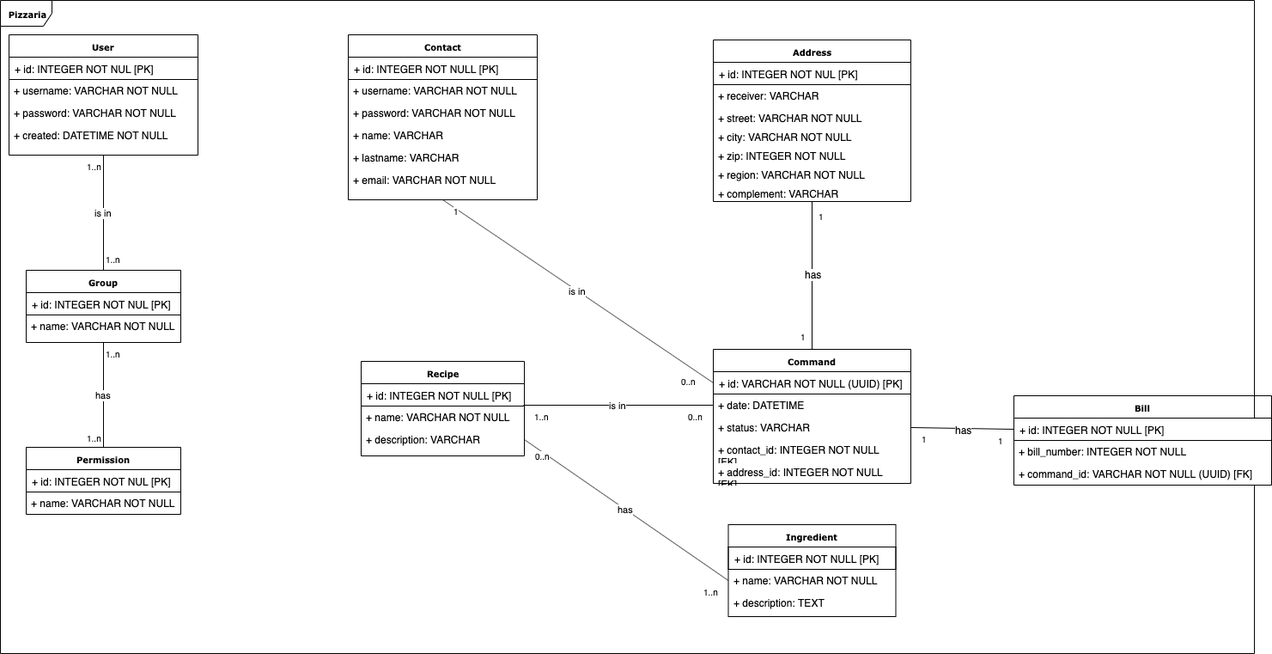
Earlier version of the draw.io export docs/class diagram/class diagram pizzeria.png (ritchy7/cosotespi). Source tidied: cells renumbered, new cells last; positions are measured from the earlier drawing's top-left corner, leaving out a move shared by most shapes.
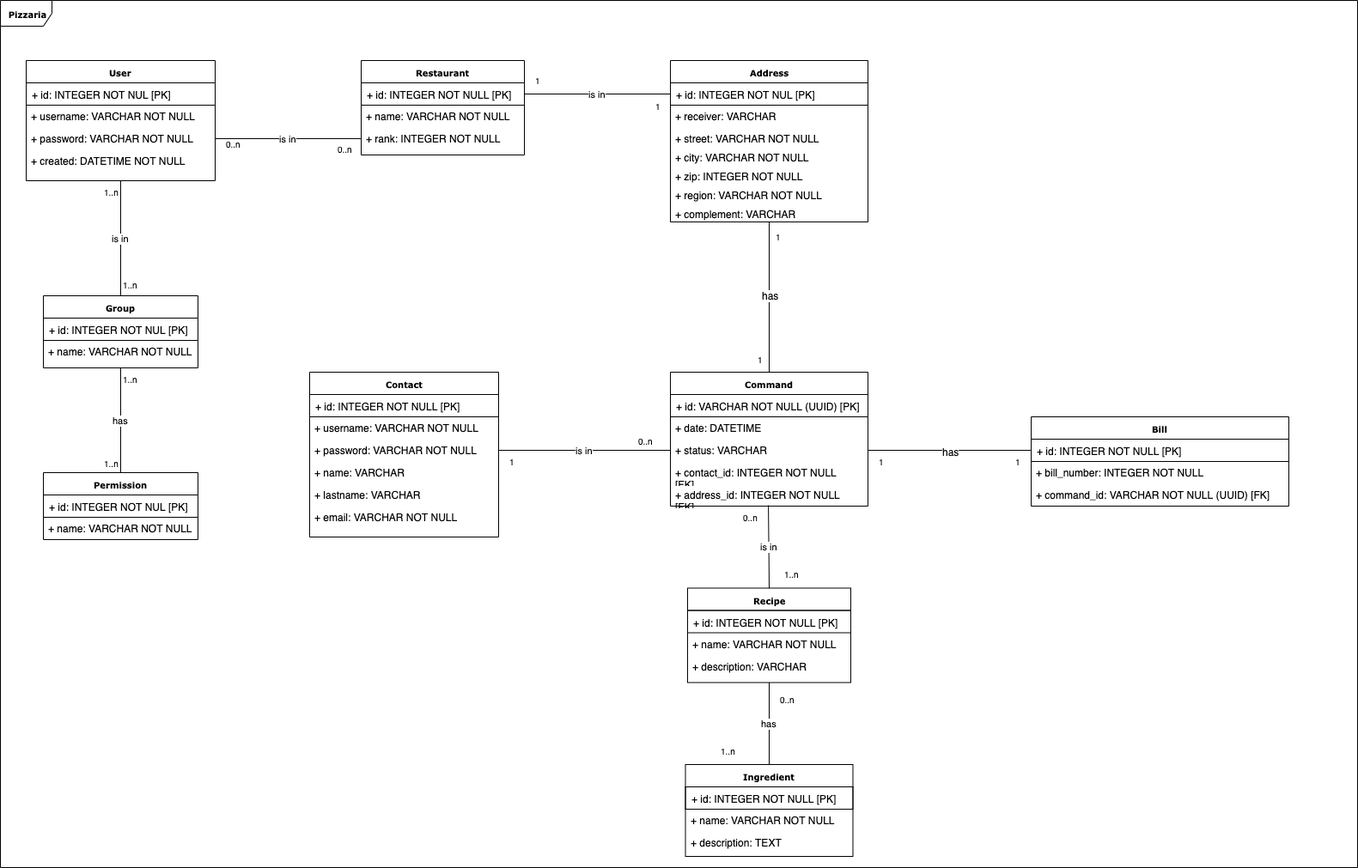
Above is the later version.

Commit message:
add restaurant table class diagram

Change to the diagram source:
```diff
@@ -3,10 +3,10 @@
     <mxCell id="0" />
     <mxCell id="1" parent="0" />
     <mxCell id="2" value="&lt;b&gt;Pizzaria&lt;/b&gt;" style="shape=umlFrame;whiteSpace=wrap;html=1;rounded=0;shadow=0;comic=0;labelBackgroundColor=none;strokeColor=#000000;strokeWidth=1;fillColor=#ffffff;fontFamily=Verdana;fontSize=10;fontColor=#000000;align=center;" parent="1" vertex="1">
-      <mxGeometry width="1460" height="760" as="geometry" />
+      <mxGeometry x="-20" y="-30" width="1580" height="1010" as="geometry" />
     </mxCell>
     <mxCell id="3" value="&lt;b&gt;Command&lt;/b&gt;" style="swimlane;html=1;fontStyle=0;horizontal=1;startSize=26;fillColor=none;swimlaneFillColor=#ffffff;rounded=0;shadow=0;comic=0;labelBackgroundColor=none;strokeColor=#000000;strokeWidth=1;fontFamily=Verdana;fontSize=10;fontColor=#000000;align=center;" parent="1" vertex="1">
-      <mxGeometry x="830" y="406" width="230" height="156" as="geometry" />
+      <mxGeometry x="760" y="403" width="230" height="156" as="geometry" />
     </mxCell>
     <mxCell id="4" value="+ id: VARCHAR NOT NULL (UUID) [PK]" style="text;html=1;strokeColor=#000000;fillColor=none;align=left;verticalAlign=top;spacingLeft=4;spacingRight=4;whiteSpace=wrap;overflow=hidden;points=[[0,0.5],[1,0.5]];portConstraint=eastwest;" parent="3" vertex="1">
       <mxGeometry y="26" width="230" height="26" as="geometry" />
@@ -24,7 +24,7 @@
       <mxGeometry y="130" width="230" height="26" as="geometry" />
     </mxCell>
     <mxCell id="9" value="&lt;b&gt;Recipe&lt;/b&gt;" style="swimlane;html=1;fontStyle=0;horizontal=1;startSize=26;fillColor=none;swimlaneFillColor=#ffffff;rounded=0;shadow=0;comic=0;labelBackgroundColor=none;strokeColor=#000000;strokeWidth=1;fontFamily=Verdana;fontSize=10;fontColor=#000000;align=center;" parent="1" vertex="1">
-      <mxGeometry x="420" y="420" width="190" height="110" as="geometry" />
+      <mxGeometry x="780" y="654.5" width="190" height="110" as="geometry" />
     </mxCell>
     <mxCell id="10" value="+ id: INTEGER NOT NULL [PK]" style="text;html=1;strokeColor=#000000;fillColor=none;align=left;verticalAlign=top;spacingLeft=4;spacingRight=4;whiteSpace=wrap;overflow=hidden;" parent="9" vertex="1">
       <mxGeometry y="26" width="190" height="26" as="geometry" />
@@ -36,7 +36,7 @@
       <mxGeometry y="78" width="190" height="26" as="geometry" />
     </mxCell>
     <mxCell id="13" value="&lt;b&gt;Contact&lt;/b&gt;" style="swimlane;html=1;fontStyle=0;horizontal=1;startSize=26;fillColor=none;swimlaneFillColor=#ffffff;rounded=0;shadow=0;comic=0;labelBackgroundColor=none;strokeColor=#000000;strokeWidth=1;fontFamily=Verdana;fontSize=10;fontColor=#000000;align=center;" parent="1" vertex="1">
-      <mxGeometry x="405" y="40" width="220" height="192" as="geometry" />
+      <mxGeometry x="340" y="403" width="220" height="192" as="geometry" />
     </mxCell>
     <mxCell id="14" value="+ id: INTEGER NOT NULL [PK]" style="text;html=1;strokeColor=#000000;fillColor=none;align=left;verticalAlign=top;spacingLeft=4;spacingRight=4;whiteSpace=wrap;overflow=hidden;" parent="13" vertex="1">
       <mxGeometry y="26" width="220" height="26" as="geometry" />
@@ -57,7 +57,7 @@
       <mxGeometry y="156" width="220" height="26" as="geometry" />
     </mxCell>
     <mxCell id="20" value="&lt;b&gt;Ingredient&lt;/b&gt;" style="swimlane;html=1;fontStyle=0;horizontal=1;startSize=26;fillColor=none;swimlaneFillColor=#ffffff;rounded=0;shadow=0;comic=0;labelBackgroundColor=none;strokeColor=#000000;strokeWidth=1;fontFamily=Verdana;fontSize=10;fontColor=#000000;align=center;" parent="1" vertex="1">
-      <mxGeometry x="847.5" y="610" width="195" height="107" as="geometry" />
+      <mxGeometry x="777.5" y="860" width="195" height="107" as="geometry" />
     </mxCell>
     <mxCell id="21" value="+ id: INTEGER NOT NULL [PK]" style="text;html=1;strokeColor=#000000;fillColor=none;align=left;verticalAlign=top;spacingLeft=4;spacingRight=4;whiteSpace=wrap;overflow=hidden;" parent="20" vertex="1">
       <mxGeometry y="26" width="195" height="26" as="geometry" />
@@ -102,7 +102,7 @@
       <mxGeometry y="52" width="180" height="26" as="geometry" />
     </mxCell>
     <mxCell id="35" value="&lt;b&gt;Address&lt;/b&gt;" style="swimlane;html=1;fontStyle=0;horizontal=1;startSize=26;fillColor=none;swimlaneFillColor=#ffffff;rounded=0;shadow=0;comic=0;labelBackgroundColor=none;strokeColor=#000000;strokeWidth=1;fontFamily=Verdana;fontSize=10;fontColor=#000000;align=center;" parent="1" vertex="1">
-      <mxGeometry x="830" y="46" width="230" height="188" as="geometry" />
+      <mxGeometry x="760" y="40" width="230" height="188" as="geometry" />
     </mxCell>
     <mxCell id="36" value="+ id: INTEGER NOT NUL [PK]" style="text;html=1;strokeColor=#000000;fillColor=none;align=left;verticalAlign=top;spacingLeft=4;spacingRight=4;whiteSpace=wrap;overflow=hidden;points=[[0,0.5],[1,0.5]];portConstraint=eastwest;" parent="35" vertex="1">
       <mxGeometry y="26" width="230" height="26" as="geometry" />
@@ -126,7 +126,7 @@
       <mxGeometry y="166" width="230" height="22" as="geometry" />
     </mxCell>
     <mxCell id="43" value="&lt;b&gt;Bill&lt;/b&gt;" style="swimlane;html=1;fontStyle=0;horizontal=1;startSize=26;fillColor=none;swimlaneFillColor=#ffffff;rounded=0;shadow=0;comic=0;labelBackgroundColor=none;strokeColor=#000000;strokeWidth=1;fontFamily=Verdana;fontSize=10;fontColor=#000000;align=center;" parent="1" vertex="1">
-      <mxGeometry x="1180" y="460" width="300" height="104" as="geometry" />
+      <mxGeometry x="1180" y="455" width="300" height="104" as="geometry" />
     </mxCell>
     <mxCell id="44" value="+ id: INTEGER NOT NULL [PK]" style="text;html=1;strokeColor=#000000;fillColor=none;align=left;verticalAlign=top;spacingLeft=4;spacingRight=4;whiteSpace=wrap;overflow=hidden;points=[[0,0.5],[1,0.5]];portConstraint=eastwest;" parent="43" vertex="1">
       <mxGeometry y="26" width="300" height="26" as="geometry" />
@@ -159,7 +159,7 @@
         <mxPoint y="-24" as="offset" />
       </mxGeometry>
     </mxCell>
-    <mxCell id="53" value="is in" style="endArrow=none;html=1;endSize=12;startArrow=none;startSize=14;startFill=0;endFill=0;exitX=0.5;exitY=1;exitDx=0;exitDy=0;entryX=0;entryY=0.5;entryDx=0;entryDy=0;" parent="1" edge="1" source="13" target="4">
+    <mxCell id="53" value="is in" style="endArrow=none;html=1;endSize=12;startArrow=none;startSize=14;startFill=0;endFill=0;exitX=1;exitY=0.5;exitDx=0;exitDy=0;entryX=0;entryY=0.5;entryDx=0;entryDy=0;" parent="1" edge="1" source="16" target="6">
       <mxGeometry relative="1" as="geometry" />
     </mxCell>
     <mxCell id="54" value="1" style="html=1;align=left;verticalAlign=top;labelBackgroundColor=#ffffff;fontSize=10;" parent="53" vertex="1">
@@ -167,11 +167,11 @@
         <mxPoint x="10" as="offset" />
       </mxGeometry>
     </mxCell>
-    <mxCell id="55" value="0..n" style="html=1;align=left;verticalAlign=top;labelBackgroundColor=#ffffff;fontSize=10;" parent="53" vertex="1">
-      <mxGeometry x="-1" relative="1" as="geometry">
-        <mxPoint x="275" y="198" as="offset" />
-      </mxGeometry>
-    </mxCell>
+    <mxCell id="70" value="0..n" style="html=1;align=left;verticalAlign=top;labelBackgroundColor=#ffffff;fontSize=10;" parent="53" vertex="1">
+      <mxGeometry x="-1" relative="1" as="geometry">
+        <mxPoint x="160" y="-24" as="offset" />
+      </mxGeometry>
+    </mxCell>
     <mxCell id="56" style="endArrow=none;html=1;endSize=12;startArrow=none;startSize=14;startFill=0;endFill=0;exitX=0.5;exitY=1;exitDx=0;exitDy=0;entryX=0.5;entryY=0;entryDx=0;entryDy=0;" parent="1" edge="1" source="35" target="3">
       <mxGeometry relative="1" as="geometry" />
     </mxCell>
@@ -188,12 +188,12 @@
     <mxCell id="59" value="has" style="text;html=1;align=center;verticalAlign=middle;labelBackgroundColor=#ffffff;" parent="56" vertex="1">
       <mxGeometry x="-0.02" y="1" relative="1" as="geometry" />
     </mxCell>
-    <mxCell id="60" value="is in" style="endArrow=none;html=1;endSize=12;startArrow=none;startSize=14;startFill=0;endFill=0;exitX=0.995;exitY=-0.038;exitDx=0;exitDy=0;entryX=0;entryY=0.5;entryDx=0;entryDy=0;exitPerimeter=0;" parent="1" edge="1" source="11" target="5">
+    <mxCell id="60" value="is in" style="endArrow=none;html=1;endSize=12;startArrow=none;startSize=14;startFill=0;endFill=0;exitX=0.5;exitY=0;exitDx=0;exitDy=0;entryX=0.496;entryY=0.962;entryDx=0;entryDy=0;entryPerimeter=0;" parent="1" edge="1" source="9" target="8">
       <mxGeometry relative="1" as="geometry" />
     </mxCell>
     <mxCell id="61" value="1..n" style="html=1;align=left;verticalAlign=top;labelBackgroundColor=#ffffff;fontSize=10;" parent="60" vertex="1">
       <mxGeometry x="-1" relative="1" as="geometry">
-        <mxPoint x="10" as="offset" />
+        <mxPoint x="15" y="-30" as="offset" />
       </mxGeometry>
     </mxCell>
     <mxCell id="62" value="0..n" style="html=1;align=right;verticalAlign=top;labelBackgroundColor=#ffffff;fontSize=10;" parent="60" vertex="1">
@@ -201,7 +201,7 @@
         <mxPoint x="-10" as="offset" />
       </mxGeometry>
     </mxCell>
-    <mxCell id="63" value="has" style="endArrow=none;html=1;endSize=12;startArrow=none;startSize=14;startFill=0;endFill=0;exitX=1;exitY=0.5;exitDx=0;exitDy=0;entryX=0;entryY=0.5;entryDx=0;entryDy=0;" parent="1" edge="1" source="12" target="22">
+    <mxCell id="63" value="has" style="endArrow=none;html=1;endSize=12;startArrow=none;startSize=14;startFill=0;endFill=0;exitX=0.5;exitY=1;exitDx=0;exitDy=0;entryX=0.5;entryY=0;entryDx=0;entryDy=0;" parent="1" edge="1" source="9" target="20">
       <mxGeometry relative="1" as="geometry" />
     </mxCell>
     <mxCell id="64" value="0..n" style="html=1;align=left;verticalAlign=top;labelBackgroundColor=#ffffff;fontSize=10;" parent="63" vertex="1">
@@ -211,7 +211,7 @@
     </mxCell>
     <mxCell id="65" value="1..n" style="html=1;align=right;verticalAlign=top;labelBackgroundColor=#ffffff;fontSize=10;" parent="63" vertex="1">
       <mxGeometry x="1" relative="1" as="geometry">
-        <mxPoint x="-10" as="offset" />
+        <mxPoint x="-37.5" y="-30" as="offset" />
       </mxGeometry>
     </mxCell>
     <mxCell id="66" style="endArrow=none;html=1;endSize=12;startArrow=none;startSize=14;startFill=0;endFill=0;exitX=1;exitY=0.5;exitDx=0;exitDy=0;entryX=0;entryY=0.5;entryDx=0;entryDy=0;" parent="1" edge="1" source="6" target="44">
@@ -230,5 +230,43 @@
     <mxCell id="69" value="has" style="text;html=1;align=center;verticalAlign=middle;labelBackgroundColor=#ffffff;" parent="66" vertex="1">
       <mxGeometry x="0.01" y="-1" relative="1" as="geometry" />
     </mxCell>
+    <mxCell id="71" value="is in" style="endArrow=none;html=1;endSize=12;startArrow=none;startSize=14;startFill=0;endFill=0;entryX=0;entryY=0.5;entryDx=0;entryDy=0;exitX=1;exitY=0.5;exitDx=0;exitDy=0;" parent="1" edge="1" source="27" target="77">
+      <mxGeometry relative="1" as="geometry" />
+    </mxCell>
+    <mxCell id="72" value="0..n" style="html=1;align=left;verticalAlign=top;labelBackgroundColor=#ffffff;fontSize=10;" parent="71" vertex="1">
+      <mxGeometry x="-1" relative="1" as="geometry">
+        <mxPoint x="10" y="-7" as="offset" />
+      </mxGeometry>
+    </mxCell>
+    <mxCell id="73" value="0..n" style="html=1;align=left;verticalAlign=top;labelBackgroundColor=#ffffff;fontSize=10;" parent="71" vertex="1">
+      <mxGeometry x="-1" relative="1" as="geometry">
+        <mxPoint x="140" y="-1" as="offset" />
+      </mxGeometry>
+    </mxCell>
+    <mxCell id="74" value="&lt;b&gt;Restaurant&lt;/b&gt;" style="swimlane;html=1;fontStyle=0;horizontal=1;startSize=26;fillColor=none;swimlaneFillColor=#ffffff;rounded=0;shadow=0;comic=0;labelBackgroundColor=none;strokeColor=#000000;strokeWidth=1;fontFamily=Verdana;fontSize=10;fontColor=#000000;align=center;" parent="1" vertex="1">
+      <mxGeometry x="400" y="40" width="190" height="110" as="geometry" />
+    </mxCell>
+    <mxCell id="75" value="+ id: INTEGER NOT NULL [PK]" style="text;html=1;strokeColor=#000000;fillColor=none;align=left;verticalAlign=top;spacingLeft=4;spacingRight=4;whiteSpace=wrap;overflow=hidden;points=[[0,0.5],[1,0.5]];portConstraint=eastwest;" parent="74" vertex="1">
+      <mxGeometry y="26" width="190" height="26" as="geometry" />
+    </mxCell>
+    <mxCell id="76" value="+ name: VARCHAR NOT NULL" style="text;html=1;strokeColor=none;fillColor=none;align=left;verticalAlign=top;spacingLeft=4;spacingRight=4;whiteSpace=wrap;overflow=hidden;" parent="74" vertex="1">
+      <mxGeometry y="52" width="190" height="26" as="geometry" />
+    </mxCell>
+    <mxCell id="77" value="+ rank: INTEGER NOT NULL" style="text;html=1;strokeColor=none;fillColor=none;align=left;verticalAlign=top;spacingLeft=4;spacingRight=4;whiteSpace=wrap;overflow=hidden;points=[[0,0.5],[1,0.5]];portConstraint=eastwest;" parent="74" vertex="1">
+      <mxGeometry y="78" width="190" height="26" as="geometry" />
+    </mxCell>
+    <mxCell id="78" value="is in" style="endArrow=none;html=1;endSize=12;startArrow=none;startSize=14;startFill=0;endFill=0;exitX=0;exitY=0.5;exitDx=0;exitDy=0;entryX=1;entryY=0.5;entryDx=0;entryDy=0;" parent="1" edge="1" source="36" target="75">
+      <mxGeometry relative="1" as="geometry" />
+    </mxCell>
+    <mxCell id="79" value="1" style="html=1;align=left;verticalAlign=top;labelBackgroundColor=#ffffff;fontSize=10;" parent="78" vertex="1">
+      <mxGeometry x="-1" relative="1" as="geometry">
+        <mxPoint x="-20" y="1" as="offset" />
+      </mxGeometry>
+    </mxCell>
+    <mxCell id="80" value="1" style="html=1;align=left;verticalAlign=top;labelBackgroundColor=#ffffff;fontSize=10;" parent="78" vertex="1">
+      <mxGeometry x="-1" relative="1" as="geometry">
+        <mxPoint x="-160" y="-29" as="offset" />
+      </mxGeometry>
+    </mxCell>
   </root>
 </mxGraphModel>
```
